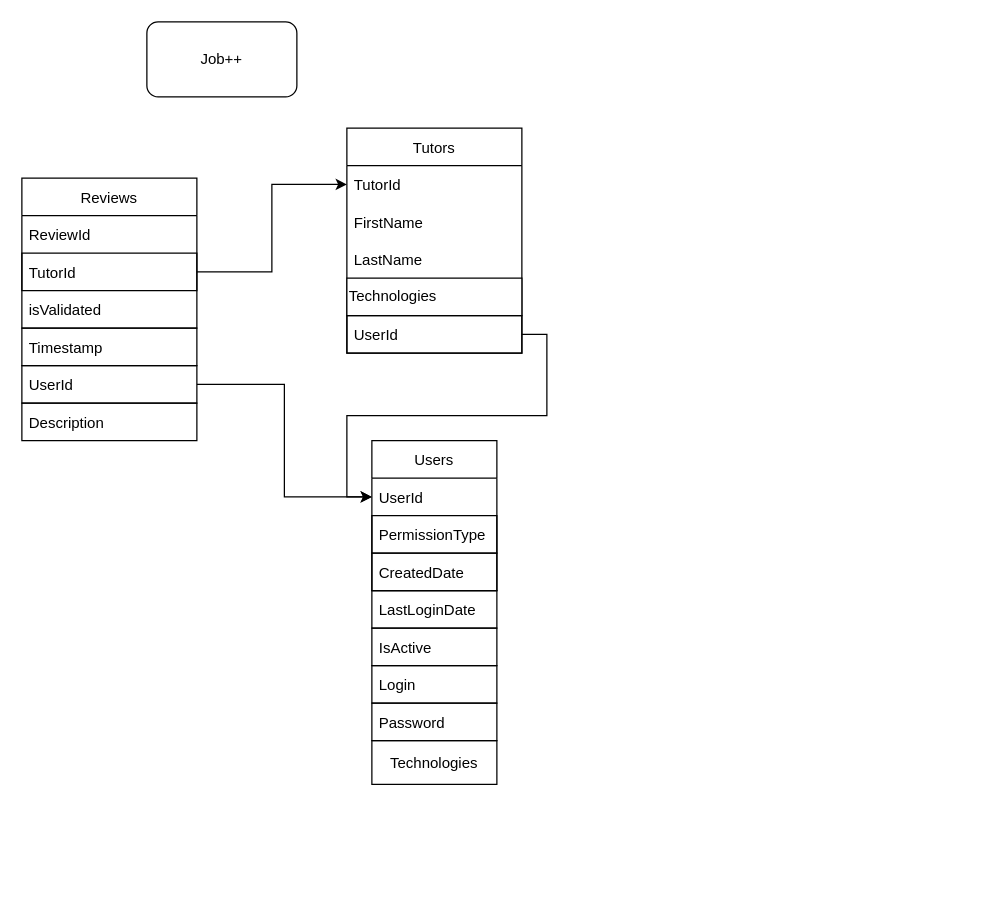
Above: DrawIO/JOBPLUSPLUS.drawio in Fractaliter/KalafiorniaDynamo (draw.io), before the change. Source tidied: cells renumbered, new cells numbered last; positions are measured from the earlier drawing's top-left corner, leaving out a move shared by most shapes. Both pictures are drawn from the tidied source at 125%, with x=0, y=0 at pixel (21, 21).
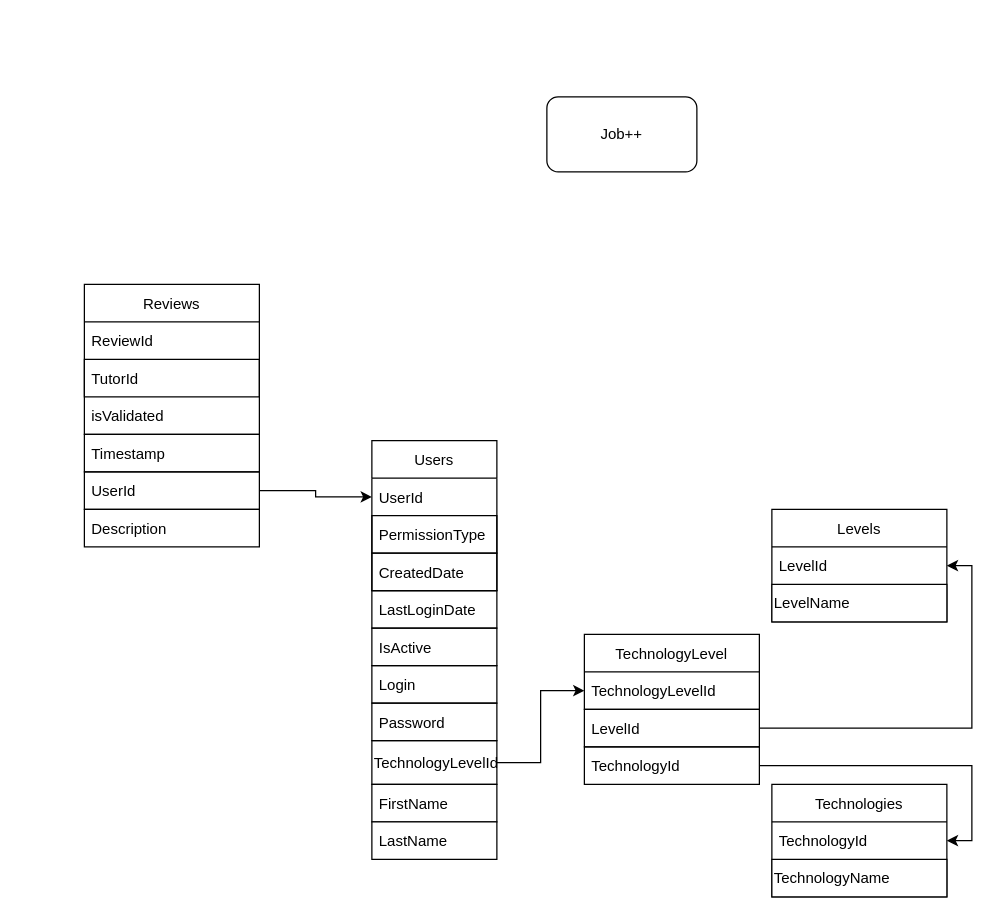
The same page after the edit.

Unchanged cells that the change refers to:
```xml
<mxCell id="9" value="UserId" style="text;strokeColor=none;fillColor=none;align=left;verticalAlign=middle;spacingLeft=4;spacingRight=4;overflow=hidden;points=[[0,0.5],[1,0.5]];portConstraint=eastwest;" parent="8" vertex="1">
  <mxGeometry y="30" width="100" height="30" as="geometry" />
</mxCell>
<mxCell id="14" value="TutorId" style="text;strokeColor=default;fillColor=none;align=left;verticalAlign=middle;spacingLeft=4;spacingRight=4;overflow=hidden;points=[[0,0.5],[1,0.5]];portConstraint=eastwest;" parent="12" vertex="1">
  <mxGeometry y="60" width="140" height="30" as="geometry" />
</mxCell>
```

Change to the diagram source:
```diff
@@
-    <mxCell id="2" value="Tutors" style="swimlane;fontStyle=0;horizontal=1;startSize=30;fillColor=none;" parent="1" vertex="1">
-      <mxGeometry x="260" y="85" width="140" height="180" as="geometry" />
-    </mxCell>
-    <mxCell id="3" value="TutorId" style="text;strokeColor=none;fillColor=none;align=left;verticalAlign=middle;spacingLeft=4;spacingRight=4;overflow=hidden;points=[[0,0.5],[1,0.5]];portConstraint=eastwest;" parent="2" vertex="1">
-      <mxGeometry y="30" width="140" height="30" as="geometry" />
-    </mxCell>
-    <mxCell id="4" value="FirstName" style="text;strokeColor=none;fillColor=none;align=left;verticalAlign=middle;spacingLeft=4;spacingRight=4;overflow=hidden;" parent="2" vertex="1">
-      <mxGeometry y="60" width="140" height="30" as="geometry" />
-    </mxCell>
-    <mxCell id="5" value="LastName" style="text;strokeColor=none;fillColor=none;align=left;verticalAlign=middle;spacingLeft=4;spacingRight=4;overflow=hidden;" parent="2" vertex="1">
-      <mxGeometry y="90" width="140" height="30" as="geometry" />
-    </mxCell>
-    <mxCell id="6" value="Technologies" style="rounded=0;whiteSpace=wrap;html=1;align=left;" parent="2" vertex="1">
-      <mxGeometry y="120" width="140" height="30" as="geometry" />
-    </mxCell>
-    <mxCell id="7" value="UserId" style="text;strokeColor=default;fillColor=none;align=left;verticalAlign=middle;spacingLeft=4;spacingRight=4;overflow=hidden;points=[[0,0.5],[1,0.5]];portConstraint=eastwest;" parent="2" vertex="1">
-      <mxGeometry y="150" width="140" height="30" as="geometry" />
-    </mxCell>
@@
     <mxCell id="12" value="Reviews" style="swimlane;fontStyle=0;horizontal=1;startSize=30;" parent="1" vertex="1">
-      <mxGeometry y="125" width="140" height="120" as="geometry" />
+      <mxGeometry x="50" y="210" width="140" height="120" as="geometry" />
     </mxCell>
@@
-    <mxCell id="18" style="edgeStyle=orthogonalEdgeStyle;rounded=0;jettySize=auto;html=1;exitX=1;exitY=0.5;exitDx=0;exitDy=0;entryX=0;entryY=0.5;entryDx=0;entryDy=0;" parent="1" edge="1" source="7" target="9">
-      <mxGeometry relative="1" as="geometry" />
-    </mxCell>
-    <mxCell id="19" style="edgeStyle=orthogonalEdgeStyle;rounded=0;jettySize=auto;html=1;exitX=1;exitY=0.5;exitDx=0;exitDy=0;entryX=0;entryY=0.5;entryDx=0;entryDy=0;" parent="1" edge="1" source="14" target="3">
-      <mxGeometry relative="1" as="geometry" />
-    </mxCell>
     <mxCell id="20" value="Timestamp" style="text;strokeColor=default;fillColor=none;align=left;verticalAlign=middle;spacingLeft=4;spacingRight=4;overflow=hidden;" parent="1" vertex="1">
-      <mxGeometry y="245" width="140" height="30" as="geometry" />
+      <mxGeometry x="50" y="330" width="140" height="30" as="geometry" />
     </mxCell>
     <mxCell id="21" value="Description" style="text;strokeColor=default;fillColor=none;align=left;verticalAlign=middle;spacingLeft=4;spacingRight=4;overflow=hidden;" parent="1" vertex="1">
-      <mxGeometry y="305" width="140" height="30" as="geometry" />
+      <mxGeometry x="50" y="390" width="140" height="30" as="geometry" />
     </mxCell>
@@
     <mxCell id="23" value="UserId" style="text;strokeColor=default;fillColor=none;align=left;verticalAlign=middle;spacingLeft=4;spacingRight=4;overflow=hidden;points=[[0,0.5],[1,0.5]];portConstraint=eastwest;" parent="1" vertex="1">
-      <mxGeometry y="275" width="140" height="30" as="geometry" />
+      <mxGeometry x="50" y="360" width="140" height="30" as="geometry" />
     </mxCell>
@@
     <mxCell id="26" value="Job++" style="rounded=1;whiteSpace=wrap;html=1;strokeColor=default;" parent="1" vertex="1">
-      <mxGeometry x="100" width="120" height="60" as="geometry" />
+      <mxGeometry x="420" y="60" width="120" height="60" as="geometry" />
     </mxCell>
+    <mxCell id="28" style="edgeStyle=orthogonalEdgeStyle;rounded=0;jettySize=auto;html=1;exitX=1;exitY=0.5;exitDx=0;exitDy=0;entryX=0;entryY=0.5;entryDx=0;entryDy=0;" parent="1" edge="1" source="27" target="35">
+      <mxGeometry relative="1" as="geometry" />
+    </mxCell>
-    <mxCell id="27" value="Technologies" style="rounded=0;whiteSpace=wrap;html=1;fillColor=none;" parent="1" vertex="1">
+    <mxCell id="27" value="TechnologyLevelId" style="rounded=0;whiteSpace=wrap;html=1;fillColor=none;align=left;" parent="1" vertex="1">
       <mxGeometry x="280" y="575" width="100" height="35" as="geometry" />
     </mxCell>
+    <mxCell id="6" value="Technologies" style="swimlane;fontStyle=0;horizontal=1;startSize=30;fillColor=none;" parent="1" vertex="1">
+      <mxGeometry x="600" y="610" width="140" height="90" as="geometry" />
+    </mxCell>
+    <mxCell id="29" value="TechnologyId" style="text;strokeColor=none;fillColor=none;align=left;verticalAlign=middle;spacingLeft=4;spacingRight=4;overflow=hidden;points=[[0,0.5],[1,0.5]];portConstraint=eastwest;" parent="6" vertex="1">
+      <mxGeometry y="30" width="140" height="30" as="geometry" />
+    </mxCell>
+    <mxCell id="30" value="TechnologyName" style="rounded=0;whiteSpace=wrap;html=1;align=left;" parent="6" vertex="1">
+      <mxGeometry y="60" width="140" height="30" as="geometry" />
+    </mxCell>
+    <mxCell id="31" value="Levels" style="swimlane;fontStyle=0;horizontal=1;startSize=30;fillColor=none;" parent="1" vertex="1">
+      <mxGeometry x="600" y="390" width="140" height="90" as="geometry" />
+    </mxCell>
+    <mxCell id="32" value="LevelId" style="text;strokeColor=none;fillColor=none;align=left;verticalAlign=middle;spacingLeft=4;spacingRight=4;overflow=hidden;points=[[0,0.5],[1,0.5]];portConstraint=eastwest;" parent="31" vertex="1">
+      <mxGeometry y="30" width="140" height="30" as="geometry" />
+    </mxCell>
+    <mxCell id="33" value="LevelName" style="rounded=0;whiteSpace=wrap;html=1;align=left;" parent="31" vertex="1">
+      <mxGeometry y="60" width="140" height="30" as="geometry" />
+    </mxCell>
+    <mxCell id="34" value="TechnologyLevel" style="swimlane;fontStyle=0;horizontal=1;startSize=30;fillColor=none;" parent="1" vertex="1">
+      <mxGeometry x="450" y="490" width="140" height="60" as="geometry" />
+    </mxCell>
+    <mxCell id="35" value="TechnologyLevelId" style="text;strokeColor=none;fillColor=none;align=left;verticalAlign=middle;spacingLeft=4;spacingRight=4;overflow=hidden;points=[[0,0.5],[1,0.5]];portConstraint=eastwest;" parent="34" vertex="1">
+      <mxGeometry y="30" width="140" height="30" as="geometry" />
+    </mxCell>
+    <mxCell id="36" style="edgeStyle=orthogonalEdgeStyle;rounded=0;jettySize=auto;html=1;exitX=1;exitY=0.5;exitDx=0;exitDy=0;entryX=1;entryY=0.5;entryDx=0;entryDy=0;" parent="1" edge="1" source="37" target="32">
+      <mxGeometry relative="1" as="geometry" />
+    </mxCell>
+    <mxCell id="37" value="LevelId" style="text;strokeColor=default;fillColor=none;align=left;verticalAlign=middle;spacingLeft=4;spacingRight=4;overflow=hidden;points=[[0,0.5],[1,0.5]];portConstraint=eastwest;" parent="1" vertex="1">
+      <mxGeometry x="450" y="550" width="140" height="30" as="geometry" />
+    </mxCell>
+    <mxCell id="38" style="edgeStyle=orthogonalEdgeStyle;rounded=0;jettySize=auto;html=1;exitX=1;exitY=0.5;exitDx=0;exitDy=0;entryX=1;entryY=0.5;entryDx=0;entryDy=0;" parent="1" edge="1" source="39" target="29">
+      <mxGeometry relative="1" as="geometry" />
+    </mxCell>
+    <mxCell id="39" value="TechnologyId" style="text;strokeColor=default;fillColor=none;align=left;verticalAlign=middle;spacingLeft=4;spacingRight=4;overflow=hidden;points=[[0,0.5],[1,0.5]];portConstraint=eastwest;" parent="1" vertex="1">
+      <mxGeometry x="450" y="580" width="140" height="30" as="geometry" />
+    </mxCell>
+    <mxCell id="4" value="FirstName" style="text;strokeColor=default;fillColor=none;align=left;verticalAlign=middle;spacingLeft=4;spacingRight=4;overflow=hidden;" parent="1" vertex="1">
+      <mxGeometry x="280" y="610" width="100" height="30" as="geometry" />
+    </mxCell>
+    <mxCell id="5" value="LastName" style="text;strokeColor=default;fillColor=default;align=left;verticalAlign=middle;spacingLeft=4;spacingRight=4;overflow=hidden;" parent="1" vertex="1">
+      <mxGeometry x="280" y="640" width="100" height="30" as="geometry" />
+    </mxCell>
```
